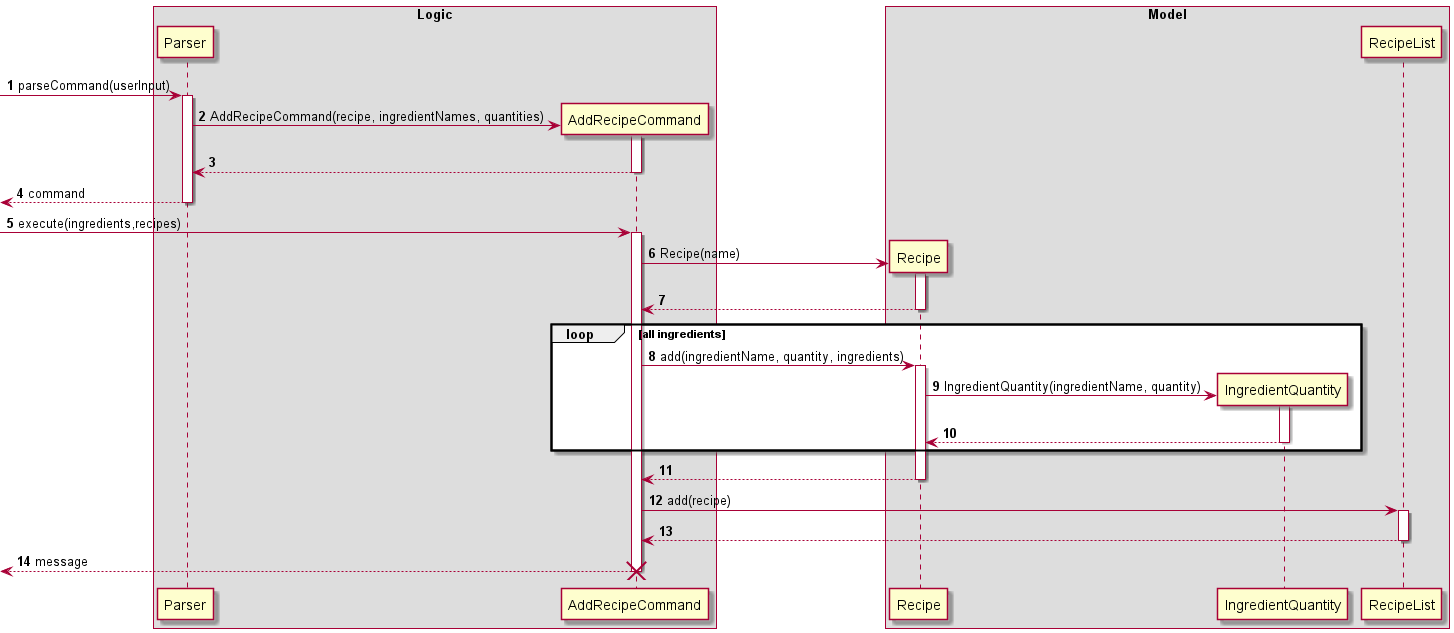
Above: docs/diagrams/AddRecipe.png in nus-cs2113-AY2122S1/tp (PlantUML), before the change.
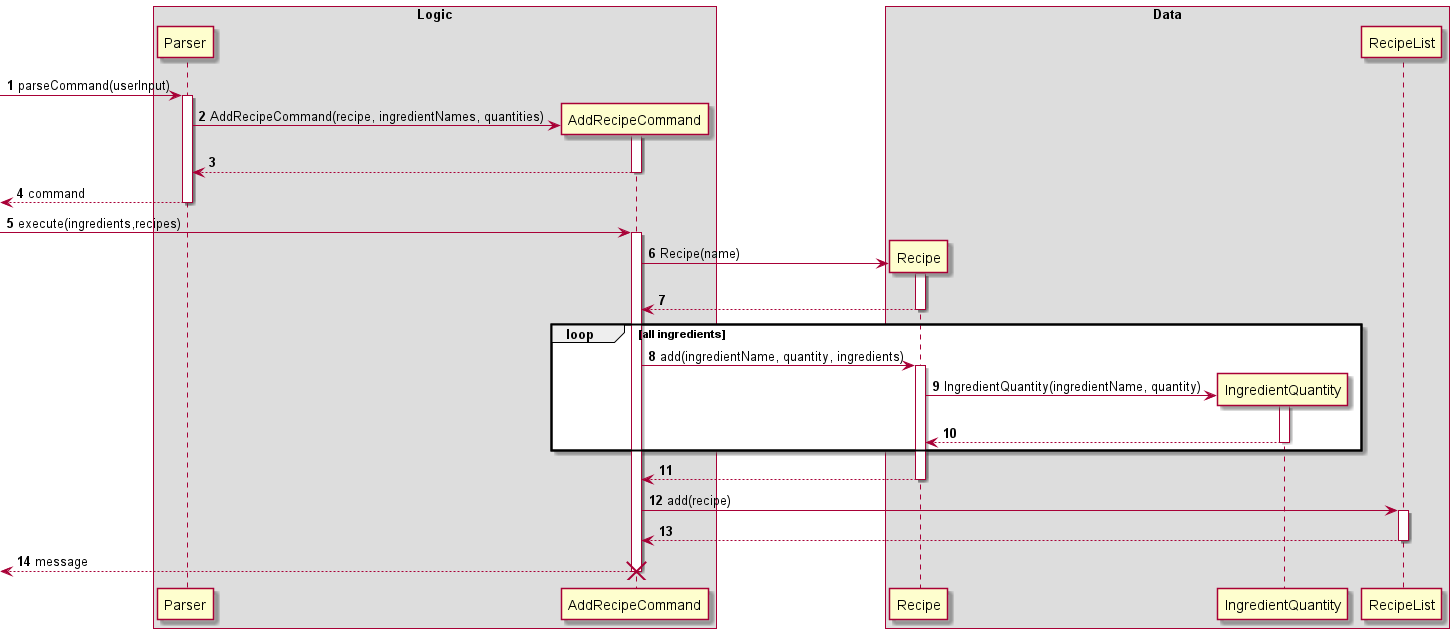
The same diagram one commit later.

Commit message:
Change Model to Data

The edit, as a diff of the source:
```diff
@@ -16,7 +16,7 @@
 activate AddRecipeCommand
 end box
 
-box Model
+box Data
 create Recipe
 AddRecipeCommand -> Recipe : Recipe(name)
 activate Recipe
```
